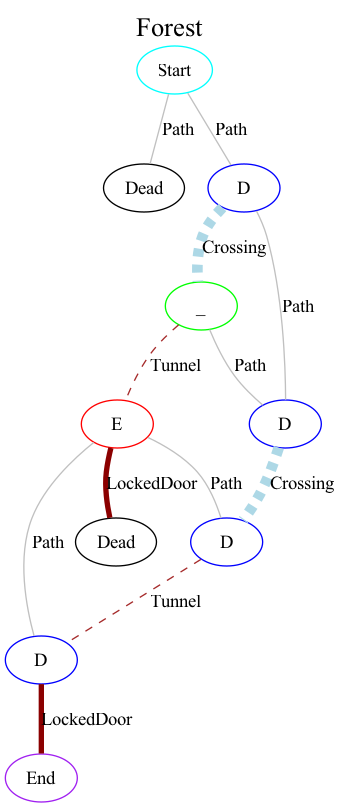
This is graph.png from kelceydamage/go-rogue, a Graphviz export, as it was before one commit. Its source is kept beside it as graph.dot.
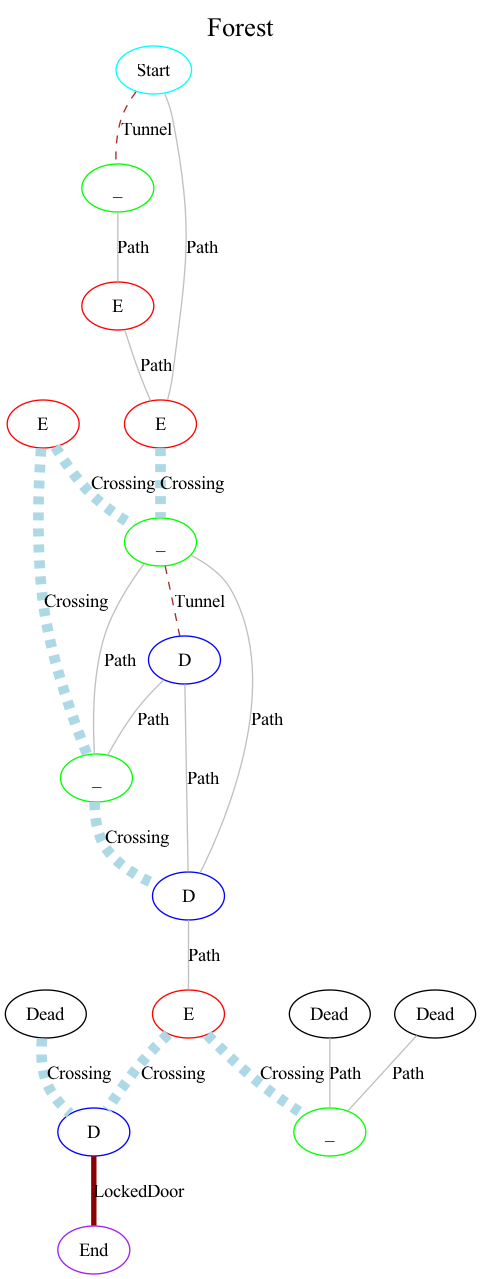
Above is the later version.

Diff of the diagram source:
```diff
@@ -2,26 +2,67 @@
   label="Forest";
   labelloc="t";
   fontsize="20";
-  7 [label="D", color="blue"];
+  1 [label="_", color="green"];
+  2 [label="E", color="red"];
+  12 [label="D", color="blue"];
+  14 [label="E", color="red"];
+  19 [label="D", color="blue"];
+  22 [label="E", color="red"];
+  10 [label="E", color="red"];
+  0 [label="Dead", color="black"];
+  3 [label="E", color="red"];
+  4 [label="E", color="red"];
+  5 [label="Dead", color="black"];
+  6 [label="E", color="red"];
+  7 [label="Dead", color="black"];
   8 [label="D", color="blue"];
-  0 [label="Start", color="cyan"];
-  2 [label="Dead", color="black"];
-  3 [label="_", color="green"];
-  5 [label="E", color="red"];
-  9 [label="End", color="purple"];
-  1 [label="D", color="blue"];
-  4 [label="D", color="blue"];
-  6 [label="Dead", color="black"];
-  0 -- 2 [label="Path", color="gray", style="solid", penwidth="1"];
-  0 -- 1 [label="Path", color="gray", style="solid", penwidth="1"];
-  3 -- 5 [label="Tunnel", color="brown", style="dashed", penwidth="1"];
-  3 -- 4 [label="Path", color="gray", style="solid", penwidth="1"];
-  5 -- 7 [label="Path", color="gray", style="solid", penwidth="1"];
-  5 -- 6 [label="LockedDoor", color="darkred", style="bold", penwidth="4"];
-  5 -- 8 [label="Path", color="gray", style="solid", penwidth="1"];
+  9 [label="_", color="green"];
+  16 [label="D", color="blue"];
+  17 [label="E", color="red"];
+  20 [label="D", color="blue"];
+  21 [label="D", color="blue"];
+  23 [label="D", color="blue"];
+  24 [label="E", color="red"];
+  25 [label="End", color="purple"];
+  11 [label="Dead", color="black"];
+  13 [label="Dead", color="black"];
+  15 [label="_", color="green"];
+  18 [label="_", color="green"];
+  21 -- 23 [label="Tunnel", color="brown", style="dashed", penwidth="1"];
+  23 -- 24 [label="LockedDoor", color="darkred", style="bold", penwidth="4"];
+  24 -- 25 [label="LockedDoor", color="darkred", style="bold", penwidth="4"];
+  13 -- 22 [label="Path", color="gray", style="solid", penwidth="1"];
+  15 -- 17 [label="Path", color="gray", style="solid", penwidth="1"];
+  18 -- 20 [label="Crossing", color="lightblue", style="dashed", penwidth="8"];
+  1 -- 4 [label="Path", color="gray", style="solid", penwidth="1"];
+  1 -- 2 [label="Path", color="gray", style="solid", penwidth="1"];
   1 -- 3 [label="Crossing", color="lightblue", style="dashed", penwidth="8"];
-  1 -- 4 [label="Path", color="gray", style="solid", penwidth="1"];
-  4 -- 7 [label="Crossing", color="lightblue", style="dashed", penwidth="8"];
-  7 -- 8 [label="Tunnel", color="brown", style="dashed", penwidth="1"];
-  8 -- 9 [label="LockedDoor", color="darkred", style="bold", penwidth="4"];
+  2 -- 5 [label="Crossing", color="lightblue", style="dashed", penwidth="8"];
+  12 -- 14 [label="Crossing", color="lightblue", style="dashed", penwidth="8"];
+  12 -- 15 [label="Tunnel", color="brown", style="dashed", penwidth="1"];
+  14 -- 15 [label="Path", color="gray", style="solid", penwidth="1"];
+  14 -- 17 [label="Path", color="gray", style="solid", penwidth="1"];
+  19 -- 22 [label="Tunnel", color="brown", style="dashed", penwidth="1"];
+  19 -- 21 [label="Crossing", color="lightblue", style="dashed", penwidth="8"];
+  19 -- 20 [label="Tunnel", color="brown", style="dashed", penwidth="1"];
+  22 -- 23 [label="Path", color="gray", style="solid", penwidth="1"];
+  10 -- 12 [label="Path", color="gray", style="solid", penwidth="1"];
+  0 -- 3 [label="Tunnel", color="brown", style="dashed", penwidth="1"];
+  3 -- 4 [label="Crossing", color="lightblue", style="dashed", penwidth="8"];
+  3 -- 6 [label="Path", color="gray", style="solid", penwidth="1"];
+  3 -- 11 [label="Path", color="gray", style="solid", penwidth="1"];
+  6 -- 8 [label="Path", color="gray", style="solid", penwidth="1"];
+  7 -- 8 [label="Path", color="gray", style="solid", penwidth="1"];
+  8 -- 9 [label="Path", color="gray", style="solid", penwidth="1"];
+  8 -- 10 [label="Path", color="gray", style="solid", penwidth="1"];
+  9 -- 12 [label="Path", color="gray", style="solid", penwidth="1"];
+  9 -- 10 [label="Path", color="gray", style="solid", penwidth="1"];
+  16 -- 18 [label="Path", color="gray", style="solid", penwidth="1"];
+  16 -- 19 [label="Crossing", color="lightblue", style="dashed", penwidth="8"];
+  16 -- 17 [label="Tunnel", color="brown", style="dashed", penwidth="1"];
+  17 -- 20 [label="Path", color="gray", style="solid", penwidth="1"];
+  17 -- 19 [label="Crossing", color="lightblue", style="dashed", penwidth="8"];
+  20 -- 21 [label="Path", color="gray", style="solid", penwidth="1"];
+  20 -- 23 [label="Path", color="gray", style="solid", penwidth="1"];
+  20 -- 22 [label="Path", color="gray", style="solid", penwidth="1"];
 }
```
